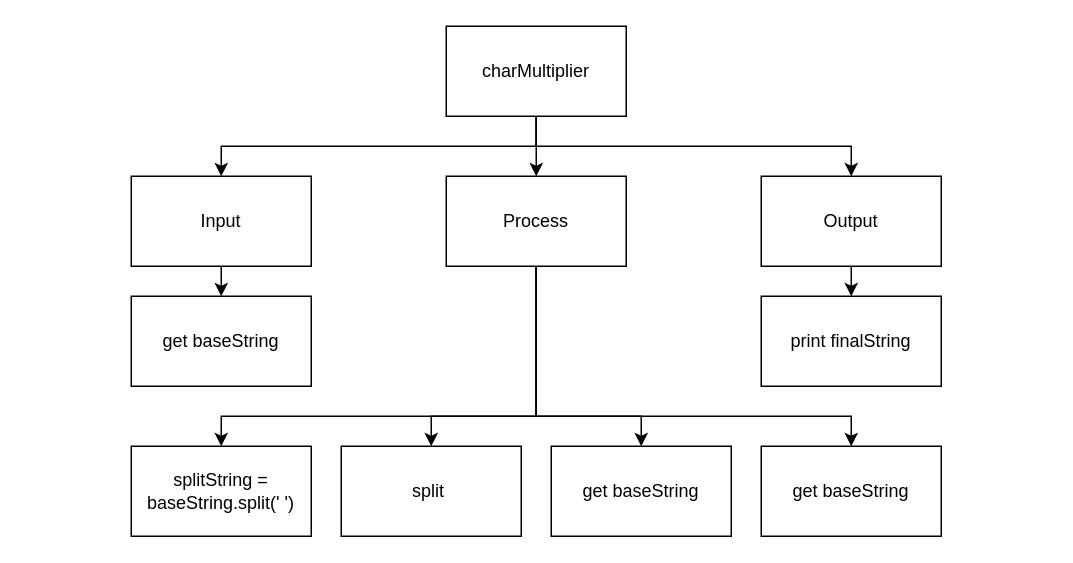
This is drawio/topDownDesign.drawio from Aidan-Lalonde-Novales/ics4u-assignment2-typescript, a draw.io file, before an edit. Source tidied: cells renumbered, new cells numbered last; positions are measured from the earlier drawing's top-left corner, leaving out a move shared by most shapes. Both pictures are drawn from the tidied source at 150%, with x=0, y=0 at pixel (130, 26).
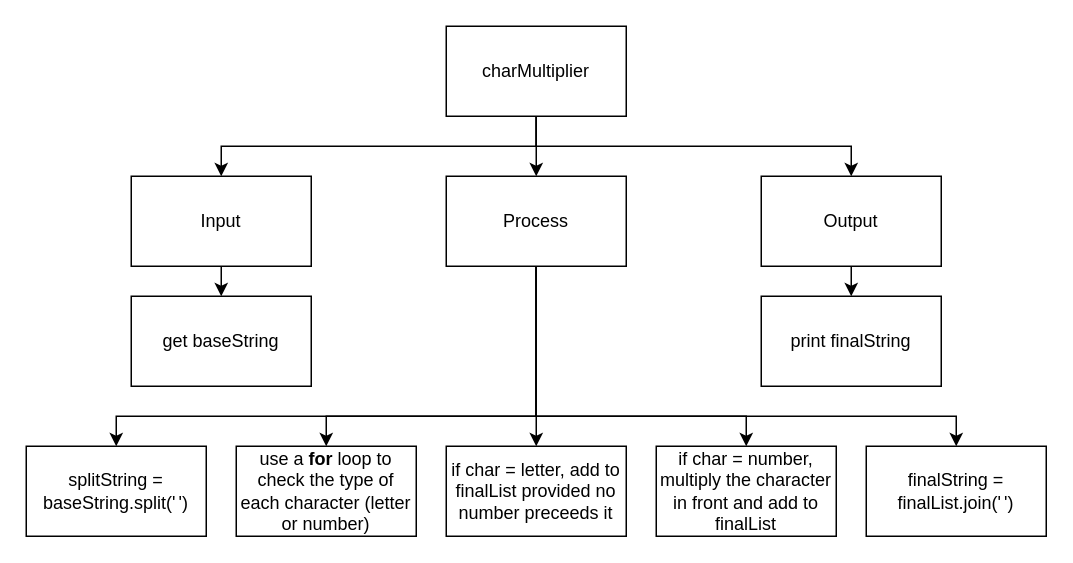
The same diagram, later.

The change refers to these unchanged cells:
```xml
<mxCell id="13" value="Process" style="rounded=0;whiteSpace=wrap;html=1;" parent="1" vertex="1">
  <mxGeometry x="210" y="100" width="120" height="60" as="geometry" />
</mxCell>
```

Diff of the diagram source:
```diff
@@
     <mxCell id="9" style="edgeStyle=none;rounded=0;html=1;exitX=0.5;exitY=1;exitDx=0;exitDy=0;entryX=0.5;entryY=0;entryDx=0;entryDy=0;" parent="1" edge="1" source="13" target="17">
       <mxGeometry relative="1" as="geometry">
         <Array as="points">
           <mxPoint x="270" y="260" />
-          <mxPoint x="60" y="260" />
+          <mxPoint x="-10" y="260" />
         </Array>
       </mxGeometry>
     </mxCell>
     <mxCell id="10" style="edgeStyle=none;rounded=0;html=1;exitX=0.5;exitY=1;exitDx=0;exitDy=0;entryX=0.5;entryY=0;entryDx=0;entryDy=0;" parent="1" edge="1" source="13" target="18">
       <mxGeometry relative="1" as="geometry">
         <Array as="points">
           <mxPoint x="270" y="260" />
-          <mxPoint x="200" y="260" />
+          <mxPoint x="130" y="260" />
         </Array>
       </mxGeometry>
     </mxCell>
     <mxCell id="11" style="edgeStyle=none;rounded=0;html=1;exitX=0.5;exitY=1;exitDx=0;exitDy=0;entryX=0.5;entryY=0;entryDx=0;entryDy=0;" parent="1" edge="1" source="13" target="19">
       <mxGeometry relative="1" as="geometry">
         <Array as="points">
           <mxPoint x="270" y="260" />
-          <mxPoint x="340" y="260" />
         </Array>
       </mxGeometry>
     </mxCell>
     <mxCell id="12" style="edgeStyle=none;rounded=0;html=1;exitX=0.5;exitY=1;exitDx=0;exitDy=0;entryX=0.5;entryY=0;entryDx=0;entryDy=0;" parent="1" edge="1" source="13" target="20">
       <mxGeometry relative="1" as="geometry">
         <Array as="points">
           <mxPoint x="270" y="260" />
-          <mxPoint x="480" y="260" />
+          <mxPoint x="410" y="260" />
         </Array>
       </mxGeometry>
     </mxCell>
+    <mxCell id="22" style="edgeStyle=none;html=1;exitX=0.5;exitY=1;exitDx=0;exitDy=0;entryX=0.5;entryY=0;entryDx=0;entryDy=0;rounded=0;" parent="1" edge="1" source="13" target="23">
+      <mxGeometry relative="1" as="geometry">
+        <Array as="points">
+          <mxPoint x="270" y="260" />
+          <mxPoint x="550" y="260" />
+        </Array>
+      </mxGeometry>
+    </mxCell>
@@
-    <mxCell id="17" value="splitString = baseString.split(' ')" style="rounded=0;whiteSpace=wrap;html=1;" parent="1" vertex="1">
-      <mxGeometry y="280" width="120" height="60" as="geometry" />
+    <mxCell id="17" value="splitString = baseString.split('&lt;font style=&quot;font-size: 7px&quot;&gt; &lt;/font&gt;')" style="rounded=0;whiteSpace=wrap;html=1;" parent="1" vertex="1">
+      <mxGeometry x="-70" y="280" width="120" height="60" as="geometry" />
     </mxCell>
-    <mxCell id="18" value="split&amp;nbsp;" style="rounded=0;whiteSpace=wrap;html=1;" parent="1" vertex="1">
-      <mxGeometry x="140" y="280" width="120" height="60" as="geometry" />
+    <mxCell id="18" value="use a &lt;b&gt;for &lt;/b&gt;loop to check the type of each character (letter or number)" style="rounded=0;whiteSpace=wrap;html=1;" parent="1" vertex="1">
+      <mxGeometry x="70" y="280" width="120" height="60" as="geometry" />
     </mxCell>
-    <mxCell id="19" value="get baseString" style="rounded=0;whiteSpace=wrap;html=1;" parent="1" vertex="1">
-      <mxGeometry x="280" y="280" width="120" height="60" as="geometry" />
+    <mxCell id="19" value="if char = letter, add to finalList provided no number preceeds it" style="rounded=0;whiteSpace=wrap;html=1;" parent="1" vertex="1">
+      <mxGeometry x="210" y="280" width="120" height="60" as="geometry" />
     </mxCell>
-    <mxCell id="20" value="get baseString" style="rounded=0;whiteSpace=wrap;html=1;" parent="1" vertex="1">
-      <mxGeometry x="420" y="280" width="120" height="60" as="geometry" />
+    <mxCell id="20" value="if char = number, multiply the character in front and add to finalList" style="rounded=0;whiteSpace=wrap;html=1;" parent="1" vertex="1">
+      <mxGeometry x="350" y="280" width="120" height="60" as="geometry" />
     </mxCell>
@@
+    <mxCell id="23" value="finalString = finalList.join('&lt;font style=&quot;font-size: 7px&quot;&gt; &lt;/font&gt;')" style="rounded=0;whiteSpace=wrap;html=1;" parent="1" vertex="1">
+      <mxGeometry x="490" y="280" width="120" height="60" as="geometry" />
+    </mxCell>
```
